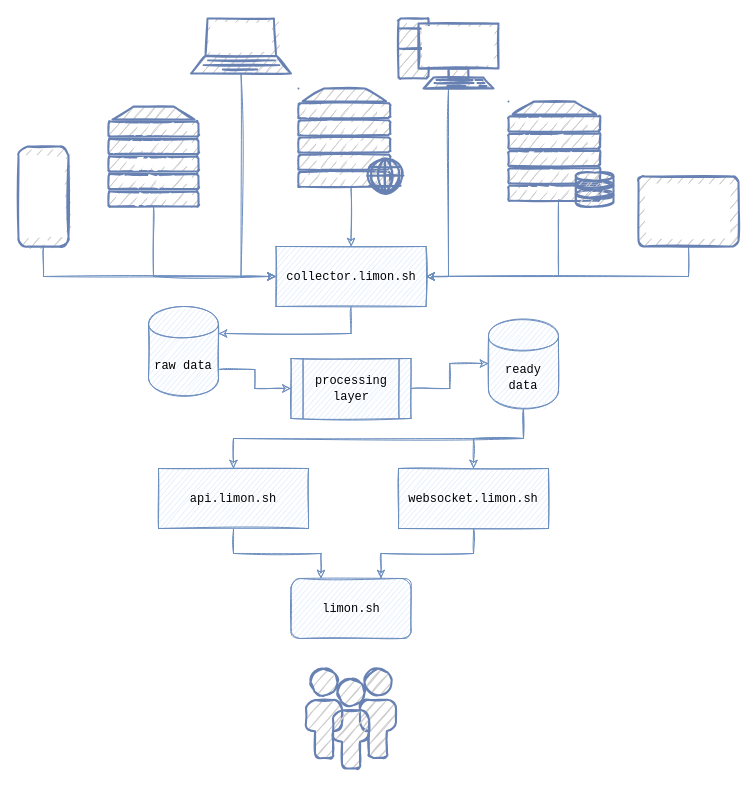
Earlier version of the draw.io diagram page "Big picture" (1 of 2) of big-picture.drawio (limon-sh/architecture). Source tidied: cells renumbered, new cells numbered last; positions are measured from the earlier drawing's top-left corner, leaving out a move shared by most shapes. Both pictures are drawn from the tidied source at 100%, with x=0, y=0 at pixel (18, 18).
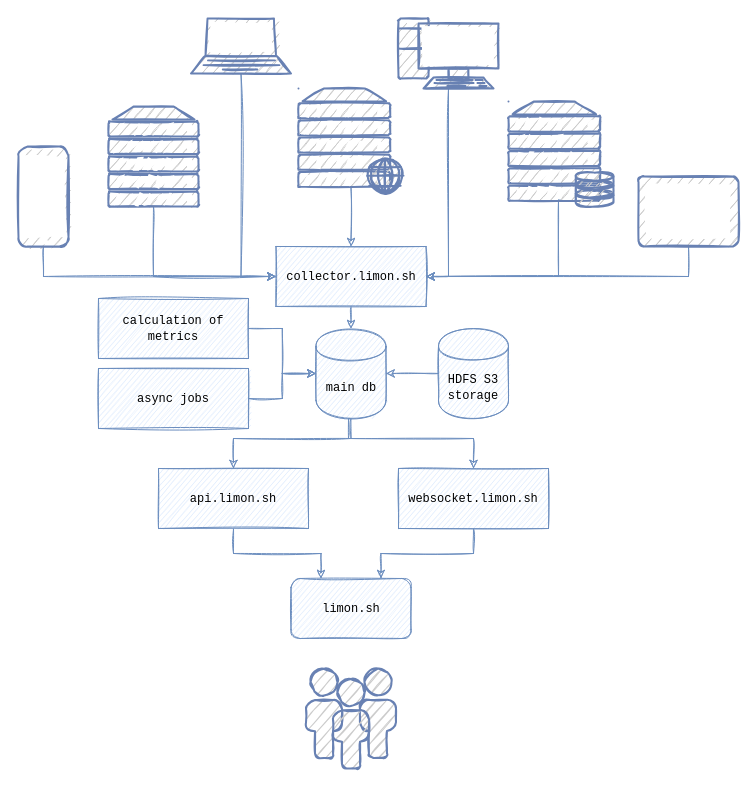
The same page after the edit.

Unchanged cells that the change refers to:
```xml
<mxCell id="17" value="&lt;font face=&quot;Courier New&quot;&gt;collector.limon.sh&lt;/font&gt;" style="rounded=0;whiteSpace=wrap;html=1;sketch=1;fillColor=#dae8fc;strokeColor=#6c8ebf;" parent="1" vertex="1">
  <mxGeometry x="257.5" y="228" width="150" height="60" as="geometry" />
</mxCell>
<mxCell id="26" value="&lt;font face=&quot;Courier New&quot;&gt;api.limon.sh&lt;/font&gt;" style="rounded=0;whiteSpace=wrap;html=1;sketch=1;fillColor=#dae8fc;strokeColor=#6c8ebf;" parent="1" vertex="1">
  <mxGeometry x="140" y="450" width="150" height="60" as="geometry" />
</mxCell>
<mxCell id="28" value="&lt;font face=&quot;Courier New&quot;&gt;websocket.limon.sh&lt;/font&gt;" style="rounded=0;whiteSpace=wrap;html=1;sketch=1;fillColor=#dae8fc;strokeColor=#6c8ebf;" parent="1" vertex="1">
  <mxGeometry x="380" y="450" width="150" height="60" as="geometry" />
</mxCell>
```

Diff of the diagram source:
```diff
@@
-    <mxCell id="16" style="edgeStyle=orthogonalEdgeStyle;rounded=0;sketch=1;jettySize=auto;html=1;exitX=0.5;exitY=1;exitDx=0;exitDy=0;entryX=1;entryY=0.3;entryDx=0;entryDy=0;fillColor=#dae8fc;strokeColor=#6c8ebf;" parent="1" edge="1" source="17" target="19">
+    <mxCell id="16" style="edgeStyle=orthogonalEdgeStyle;rounded=0;sketch=1;jettySize=auto;html=1;exitX=0.5;exitY=1;exitDx=0;exitDy=0;entryX=0.5;entryY=0;entryDx=0;entryDy=0;fillColor=#dae8fc;strokeColor=#6c8ebf;" parent="1" edge="1" source="17" target="24">
       <mxGeometry relative="1" as="geometry" />
     </mxCell>
@@
-    <mxCell id="18" style="edgeStyle=orthogonalEdgeStyle;rounded=0;sketch=1;jettySize=auto;html=1;exitX=1;exitY=0.7;exitDx=0;exitDy=0;entryX=0;entryY=0.5;entryDx=0;entryDy=0;fillColor=#dae8fc;strokeColor=#6c8ebf;" parent="1" edge="1" source="19" target="21">
-      <mxGeometry relative="1" as="geometry" />
-    </mxCell>
-    <mxCell id="19" value="&lt;font face=&quot;Courier New&quot;&gt;raw data&lt;/font&gt;" style="shape=cylinder;whiteSpace=wrap;html=1;boundedLbl=1;backgroundOutline=1;sketch=1;strokeColor=#6c8ebf;fillColor=#dae8fc;" parent="1" vertex="1">
-      <mxGeometry x="130" y="288" width="70" height="90" as="geometry" />
-    </mxCell>
-    <mxCell id="20" style="edgeStyle=orthogonalEdgeStyle;rounded=0;sketch=1;jettySize=auto;html=1;exitX=1;exitY=0.5;exitDx=0;exitDy=0;entryX=0;entryY=0.5;entryDx=0;entryDy=0;fillColor=#dae8fc;strokeColor=#6c8ebf;" parent="1" edge="1" source="21" target="24">
-      <mxGeometry relative="1" as="geometry" />
-    </mxCell>
-    <mxCell id="21" value="&lt;font face=&quot;Courier New&quot;&gt;processing layer&lt;/font&gt;" style="shape=process;whiteSpace=wrap;html=1;backgroundOutline=1;sketch=1;fillColor=#dae8fc;strokeColor=#6c8ebf;" parent="1" vertex="1">
-      <mxGeometry x="272.5" y="340" width="120" height="60" as="geometry" />
-    </mxCell>
     <mxCell id="22" style="edgeStyle=orthogonalEdgeStyle;rounded=0;sketch=1;jettySize=auto;html=1;exitX=0.5;exitY=1;exitDx=0;exitDy=0;entryX=0.5;entryY=0;entryDx=0;entryDy=0;fillColor=#dae8fc;strokeColor=#6c8ebf;" parent="1" edge="1" source="24" target="28">
       <mxGeometry relative="1" as="geometry">
         <Array as="points">
-          <mxPoint x="505" y="420" />
+          <mxPoint x="330" y="400" />
+          <mxPoint x="330" y="420" />
           <mxPoint x="455" y="420" />
         </Array>
       </mxGeometry>
     </mxCell>
     <mxCell id="23" style="edgeStyle=orthogonalEdgeStyle;rounded=0;sketch=1;jettySize=auto;html=1;exitX=0.5;exitY=1;exitDx=0;exitDy=0;entryX=0.5;entryY=0;entryDx=0;entryDy=0;fillColor=#dae8fc;strokeColor=#6c8ebf;" parent="1" edge="1" source="24" target="26">
       <mxGeometry relative="1" as="geometry">
         <Array as="points">
-          <mxPoint x="505" y="420" />
+          <mxPoint x="333" y="420" />
           <mxPoint x="215" y="420" />
         </Array>
       </mxGeometry>
     </mxCell>
-    <mxCell id="24" value="&lt;font face=&quot;Courier New&quot;&gt;ready data&lt;/font&gt;" style="shape=cylinder;whiteSpace=wrap;html=1;boundedLbl=1;backgroundOutline=1;sketch=1;strokeColor=#6c8ebf;fillColor=#dae8fc;" parent="1" vertex="1">
-      <mxGeometry x="470" y="300" width="70" height="90" as="geometry" />
+    <mxCell id="24" value="&lt;font face=&quot;Courier New&quot;&gt;main db&lt;/font&gt;" style="shape=cylinder;whiteSpace=wrap;html=1;boundedLbl=1;backgroundOutline=1;sketch=1;strokeColor=#6c8ebf;fillColor=#dae8fc;" parent="1" vertex="1">
+      <mxGeometry x="297.5" y="310" width="70" height="90" as="geometry" />
     </mxCell>
@@
+    <mxCell id="31" style="edgeStyle=orthogonalEdgeStyle;rounded=0;jettySize=auto;html=1;entryX=0;entryY=0.5;entryDx=0;entryDy=0;fillColor=#dae8fc;strokeColor=#6c8ebf;sketch=1;" parent="1" edge="1" source="32" target="24">
+      <mxGeometry relative="1" as="geometry" />
+    </mxCell>
+    <mxCell id="32" value="&lt;font face=&quot;Courier New&quot;&gt;async jobs&lt;br&gt;&lt;/font&gt;" style="rounded=0;whiteSpace=wrap;html=1;sketch=1;fillColor=#dae8fc;strokeColor=#6c8ebf;" parent="1" vertex="1">
+      <mxGeometry x="80" y="350" width="150" height="60" as="geometry" />
+    </mxCell>
+    <mxCell id="33" style="edgeStyle=orthogonalEdgeStyle;rounded=0;jettySize=auto;html=1;exitX=1;exitY=0.5;exitDx=0;exitDy=0;entryX=0;entryY=0.5;entryDx=0;entryDy=0;fillColor=#dae8fc;strokeColor=#6c8ebf;sketch=1;" parent="1" edge="1" source="34" target="24">
+      <mxGeometry relative="1" as="geometry" />
+    </mxCell>
+    <mxCell id="34" value="&lt;font face=&quot;Courier New&quot;&gt;calculation of metrics&lt;br&gt;&lt;/font&gt;" style="rounded=0;whiteSpace=wrap;html=1;sketch=1;fillColor=#dae8fc;strokeColor=#6c8ebf;" parent="1" vertex="1">
+      <mxGeometry x="80" y="280" width="150" height="60" as="geometry" />
+    </mxCell>
+    <mxCell id="35" style="edgeStyle=orthogonalEdgeStyle;rounded=0;sketch=1;jettySize=auto;html=1;exitX=0;exitY=0.5;exitDx=0;exitDy=0;entryX=1;entryY=0.5;entryDx=0;entryDy=0;fillColor=#dae8fc;strokeColor=#6c8ebf;" parent="1" edge="1" source="36" target="24">
+      <mxGeometry relative="1" as="geometry" />
+    </mxCell>
+    <mxCell id="36" value="&lt;font face=&quot;Courier New&quot;&gt;HDFS S3 storage&lt;/font&gt;" style="shape=cylinder;whiteSpace=wrap;html=1;boundedLbl=1;backgroundOutline=1;sketch=1;strokeColor=#6c8ebf;fillColor=#dae8fc;" parent="1" vertex="1">
+      <mxGeometry x="420" y="310" width="70" height="90" as="geometry" />
+    </mxCell>
```
